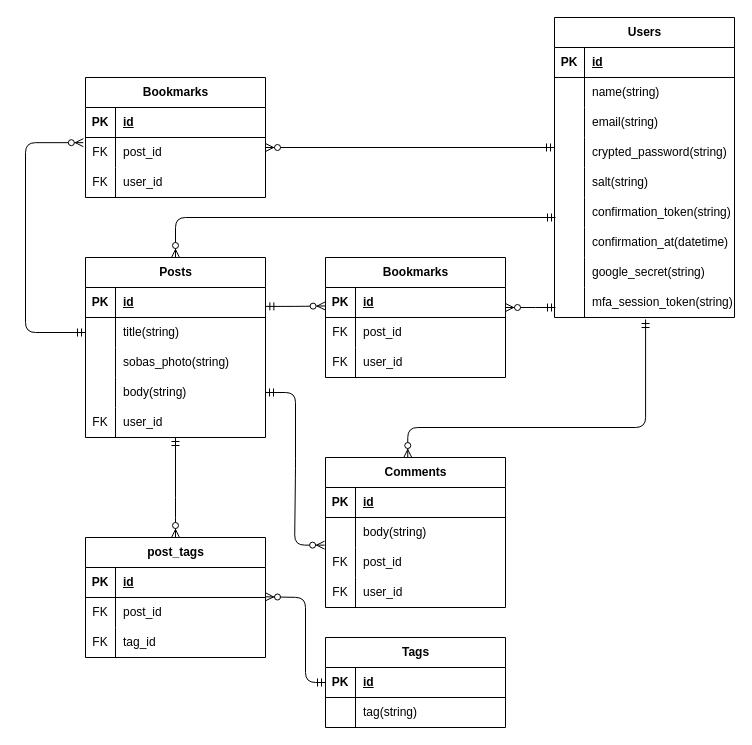
The draw.io diagram database_model_er.dio in KoBaMi0/Soba-lovers-unite, before the edit. Source tidied: cells renumbered, new cells numbered last; positions are measured from the earlier drawing's top-left corner, leaving out a move shared by most shapes. Both pictures are drawn from the tidied source at 100%, with x=0, y=0 at pixel (25, 17).
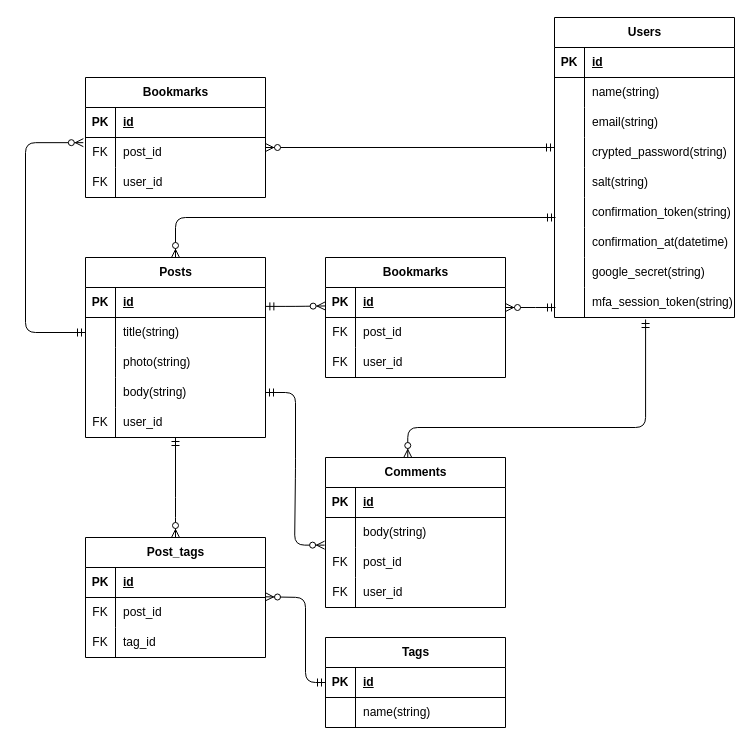
The same diagram, later.

Unchanged cells that the change refers to:
```xml
<mxCell id="62" style="shape=tableRow;horizontal=0;startSize=0;swimlaneHead=0;swimlaneBody=0;fillColor=none;top=0;left=0;right=0;bottom=0;" parent="55" vertex="1">
  <mxGeometry y="90" width="180" height="30" as="geometry" />
</mxCell>
<mxCell id="78" style="shape=tableRow;horizontal=0;startSize=0;swimlaneHead=0;swimlaneBody=0;fillColor=none;top=0;left=0;right=0;bottom=0;" parent="74" vertex="1">
  <mxGeometry y="60" width="180" height="30" as="geometry" />
</mxCell>
```

The edit, as a diff of the source:
```diff
@@
-    <mxCell id="64" value="sobas_photo&lt;span style=&quot;color: rgb(0, 0, 0);&quot;&gt;(string)&lt;/span&gt;" style="shape=partialRectangle;fillColor=none;top=0;left=0;bottom=0;right=0;align=left;spacingLeft=6;overflow=hidden;whiteSpace=wrap;html=1;" parent="62" vertex="1">
+    <mxCell id="64" value="photo&lt;span style=&quot;color: rgb(0, 0, 0);&quot;&gt;(string)&lt;/span&gt;" style="shape=partialRectangle;fillColor=none;top=0;left=0;bottom=0;right=0;align=left;spacingLeft=6;overflow=hidden;whiteSpace=wrap;html=1;" parent="62" vertex="1">
       <mxGeometry x="30" width="150" height="30" as="geometry" />
     </mxCell>
@@
-    <mxCell id="80" value="tag&lt;span style=&quot;color: rgb(0, 0, 0);&quot;&gt;(string)&lt;/span&gt;" style="shape=partialRectangle;fillColor=none;top=0;left=0;bottom=0;right=0;align=left;spacingLeft=6;overflow=hidden;whiteSpace=wrap;html=1;" parent="78" vertex="1">
+    <mxCell id="80" value="name&lt;span style=&quot;color: rgb(0, 0, 0);&quot;&gt;(string)&lt;/span&gt;" style="shape=partialRectangle;fillColor=none;top=0;left=0;bottom=0;right=0;align=left;spacingLeft=6;overflow=hidden;whiteSpace=wrap;html=1;" parent="78" vertex="1">
       <mxGeometry x="30" width="150" height="30" as="geometry" />
     </mxCell>
-    <mxCell id="81" value="post_tags" style="shape=table;startSize=30;childLayout=tableLayout;rowLines=0;fontStyle=1;align=center;html=1;" parent="1" vertex="1">
+    <mxCell id="81" value="Post_tags" style="shape=table;startSize=30;childLayout=tableLayout;rowLines=0;fontStyle=1;align=center;html=1;" parent="1" vertex="1">
       <mxGeometry x="60" y="520" width="180" height="120" as="geometry" />
     </mxCell>
```
